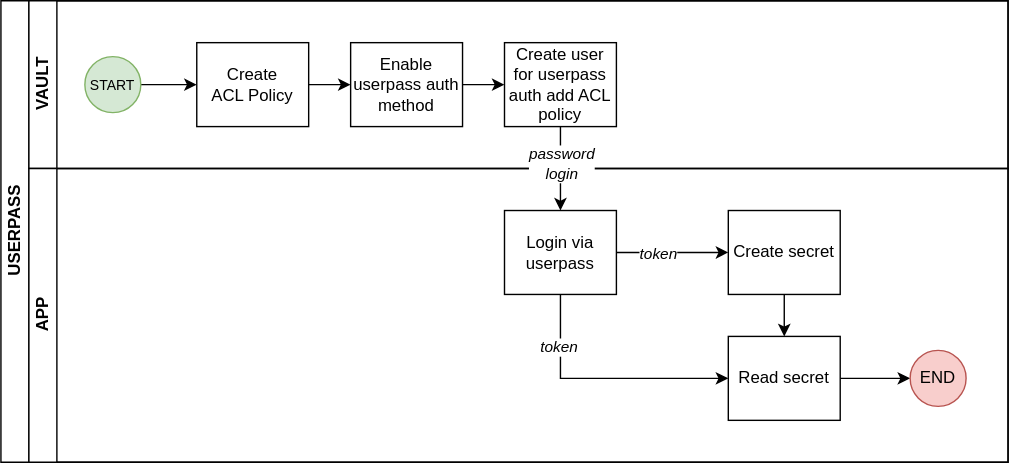
Earlier version of the draw.io export approle.svg (FIR-UIII/VaultLearn). Source tidied: cells renumbered, new cells last; positions are measured from the earlier drawing's top-left corner, leaving out a move shared by most shapes. The source it was exported from:
```xml
<mxGraphModel>
  <root>
    <mxCell id="0" />
    <mxCell id="1" parent="0" />
    <mxCell id="2" value="USERPASS" style="swimlane;html=1;horizontal=0;startSize=20;" parent="1" vertex="1">
      <mxGeometry width="720" height="330" as="geometry" />
    </mxCell>
    <mxCell id="3" value="VAULT" style="swimlane;html=1;startSize=20;horizontal=0;" parent="2" vertex="1">
      <mxGeometry x="20" width="700" height="120" as="geometry" />
    </mxCell>
    <mxCell id="4" style="edgeStyle=orthogonalEdgeStyle;rounded=0;jettySize=auto;html=1;" parent="3" edge="1" source="5" target="7">
      <mxGeometry relative="1" as="geometry" />
    </mxCell>
    <mxCell id="5" value="&lt;font style=&quot;font-size: 10px;&quot;&gt;START&lt;/font&gt;" style="ellipse;whiteSpace=wrap;html=1;fillColor=#d5e8d4;strokeColor=#82b366;" parent="3" vertex="1">
      <mxGeometry x="40" y="40" width="40" height="40" as="geometry" />
    </mxCell>
    <mxCell id="6" style="edgeStyle=orthogonalEdgeStyle;rounded=0;jettySize=auto;html=1;" parent="3" edge="1" source="7" target="9">
      <mxGeometry relative="1" as="geometry" />
    </mxCell>
    <mxCell id="7" value="Create &#10;ACL Policy" style="rounded=0;whiteSpace=wrap;fontFamily=Helvetica;fontSize=12;fontColor=#000000;align=center;" parent="3" vertex="1">
      <mxGeometry x="120" y="30" width="80" height="60" as="geometry" />
    </mxCell>
    <mxCell id="8" style="edgeStyle=orthogonalEdgeStyle;rounded=0;jettySize=auto;html=1;" parent="3" edge="1" source="9" target="10">
      <mxGeometry relative="1" as="geometry" />
    </mxCell>
    <mxCell id="9" value="Enable userpass auth method" style="rounded=0;fontFamily=Helvetica;fontSize=12;fontColor=#000000;align=center;whiteSpace=wrap;" parent="3" vertex="1">
      <mxGeometry x="230" y="30" width="80" height="60" as="geometry" />
    </mxCell>
    <mxCell id="10" value="Create user for userpass auth add ACL policy" style="rounded=0;fontFamily=Helvetica;fontSize=12;fontColor=#000000;align=center;whiteSpace=wrap;" parent="3" vertex="1">
      <mxGeometry x="340" y="30" width="80" height="60" as="geometry" />
    </mxCell>
    <mxCell id="11" value="APP" style="swimlane;html=1;startSize=20;horizontal=0;" parent="2" vertex="1">
      <mxGeometry x="20" y="120" width="700" height="210" as="geometry" />
    </mxCell>
    <mxCell id="12" style="edgeStyle=orthogonalEdgeStyle;rounded=0;jettySize=auto;html=1;endArrow=classic;endFill=1;" parent="11" edge="1" source="13" target="14">
      <mxGeometry relative="1" as="geometry" />
    </mxCell>
    <mxCell id="13" value="Read secret" style="rounded=0;whiteSpace=wrap;html=1;fontFamily=Helvetica;fontSize=12;fontColor=#000000;align=center;" parent="11" vertex="1">
      <mxGeometry x="500" y="120" width="80" height="60" as="geometry" />
    </mxCell>
    <mxCell id="14" value="END" style="ellipse;whiteSpace=wrap;html=1;fillColor=#f8cecc;strokeColor=#b85450;" parent="11" vertex="1">
      <mxGeometry x="630" y="130" width="40" height="40" as="geometry" />
    </mxCell>
    <mxCell id="15" style="edgeStyle=orthogonalEdgeStyle;rounded=0;jettySize=auto;html=1;" parent="11" edge="1" source="19" target="21">
      <mxGeometry relative="1" as="geometry" />
    </mxCell>
    <mxCell id="16" value="&lt;i&gt;token&lt;/i&gt;" style="edgeLabel;html=1;align=center;verticalAlign=middle;" parent="15" vertex="1">
      <mxGeometry x="-0.34" y="2" relative="1" as="geometry">
        <mxPoint x="3" y="2" as="offset" />
      </mxGeometry>
    </mxCell>
    <mxCell id="17" style="edgeStyle=orthogonalEdgeStyle;rounded=0;jettySize=auto;html=1;entryX=0;entryY=0.5;entryDx=0;entryDy=0;" parent="11" edge="1" source="19" target="13">
      <mxGeometry relative="1" as="geometry">
        <Array as="points">
          <mxPoint x="380" y="150" />
        </Array>
      </mxGeometry>
    </mxCell>
    <mxCell id="18" value="&lt;i&gt;token&lt;/i&gt;" style="edgeLabel;html=1;align=center;verticalAlign=middle;" parent="17" vertex="1">
      <mxGeometry x="-0.59" y="-2" relative="1" as="geometry" />
    </mxCell>
    <mxCell id="19" value="Login via userpass" style="rounded=0;fontFamily=Helvetica;fontSize=12;fontColor=#000000;align=center;whiteSpace=wrap;" parent="11" vertex="1">
      <mxGeometry x="340" y="30" width="80" height="60" as="geometry" />
    </mxCell>
    <mxCell id="20" style="edgeStyle=orthogonalEdgeStyle;rounded=0;jettySize=auto;html=1;exitX=0.5;exitY=1;exitDx=0;exitDy=0;entryX=0.5;entryY=0;entryDx=0;entryDy=0;" parent="11" edge="1" source="21" target="13">
      <mxGeometry relative="1" as="geometry" />
    </mxCell>
    <mxCell id="21" value="Create secret" style="rounded=0;fontFamily=Helvetica;fontSize=12;fontColor=#000000;align=center;whiteSpace=wrap;glass=0;" parent="11" vertex="1">
      <mxGeometry x="500" y="30" width="80" height="60" as="geometry" />
    </mxCell>
    <mxCell id="22" style="edgeStyle=orthogonalEdgeStyle;rounded=0;jettySize=auto;html=1;" parent="2" edge="1" source="10" target="19">
      <mxGeometry relative="1" as="geometry" />
    </mxCell>
    <mxCell id="23" value="&lt;i&gt;password&lt;/i&gt;&lt;div&gt;&lt;i&gt;login&lt;/i&gt;&lt;/div&gt;" style="edgeLabel;html=1;align=center;verticalAlign=middle;" parent="22" vertex="1">
      <mxGeometry x="-0.15" relative="1" as="geometry" />
    </mxCell>
  </root>
</mxGraphModel>
```
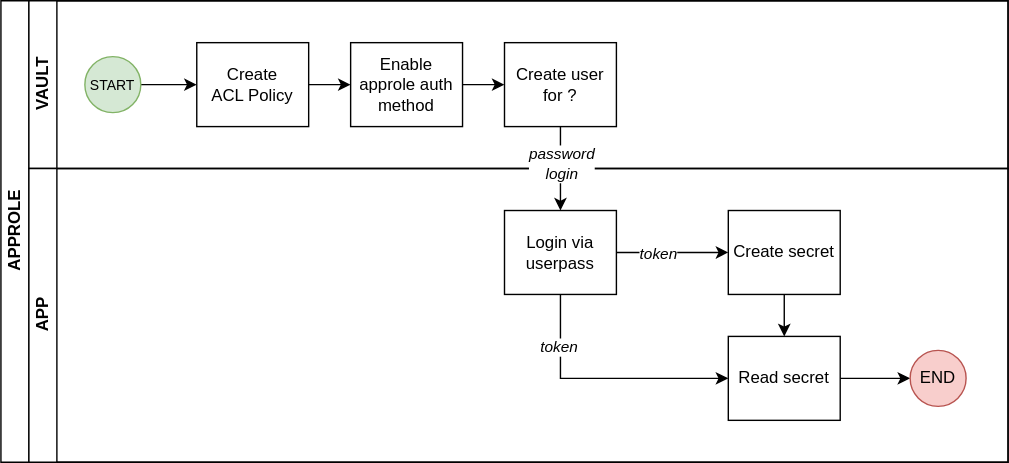
After the change.

What changed in the source:
```diff
@@ -2,7 +2,7 @@
   <root>
     <mxCell id="0" />
     <mxCell id="1" parent="0" />
-    <mxCell id="2" value="USERPASS" style="swimlane;html=1;horizontal=0;startSize=20;" parent="1" vertex="1">
+    <mxCell id="2" value="APPROLE" style="swimlane;html=1;horizontal=0;startSize=20;" parent="1" vertex="1">
       <mxGeometry width="720" height="330" as="geometry" />
     </mxCell>
     <mxCell id="3" value="VAULT" style="swimlane;html=1;startSize=20;horizontal=0;" parent="2" vertex="1">
@@ -23,10 +23,10 @@
     <mxCell id="8" style="edgeStyle=orthogonalEdgeStyle;rounded=0;jettySize=auto;html=1;" parent="3" edge="1" source="9" target="10">
       <mxGeometry relative="1" as="geometry" />
     </mxCell>
-    <mxCell id="9" value="Enable userpass auth method" style="rounded=0;fontFamily=Helvetica;fontSize=12;fontColor=#000000;align=center;whiteSpace=wrap;" parent="3" vertex="1">
+    <mxCell id="9" value="Enable approle auth method" style="rounded=0;fontFamily=Helvetica;fontSize=12;fontColor=#000000;align=center;whiteSpace=wrap;" parent="3" vertex="1">
       <mxGeometry x="230" y="30" width="80" height="60" as="geometry" />
     </mxCell>
-    <mxCell id="10" value="Create user for userpass auth add ACL policy" style="rounded=0;fontFamily=Helvetica;fontSize=12;fontColor=#000000;align=center;whiteSpace=wrap;" parent="3" vertex="1">
+    <mxCell id="10" value="Create user for ?" style="rounded=0;fontFamily=Helvetica;fontSize=12;fontColor=#000000;align=center;whiteSpace=wrap;" parent="3" vertex="1">
       <mxGeometry x="340" y="30" width="80" height="60" as="geometry" />
     </mxCell>
     <mxCell id="11" value="APP" style="swimlane;html=1;startSize=20;horizontal=0;" parent="2" vertex="1">
```
